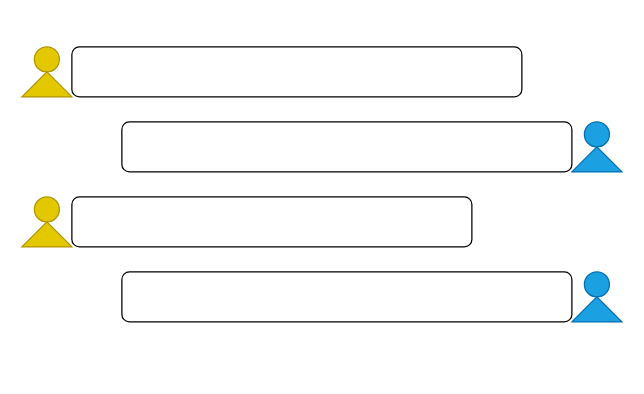
Above: dstexample.drawio in fpcsong/diagram (draw.io), before the change. Source tidied: cells renumbered, new cells numbered last; positions are measured from the earlier drawing's top-left corner, leaving out a move shared by most shapes. Both pictures are drawn from the tidied source at 125%, with x=0, y=0 at pixel (21, 46).
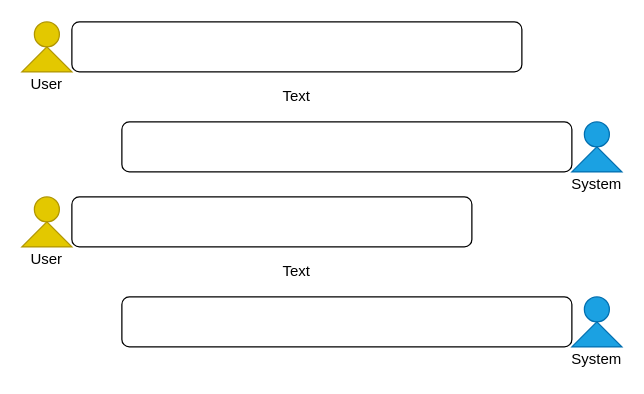
After the change.

The edit, as a diff of the source:
```diff
@@
 <mxGraphModel>
   <root>
     <mxCell id="0" />
     <mxCell id="1" parent="0" />
     <mxCell id="2" style="rounded=1;whiteSpace=wrap;html=1;" parent="1" vertex="1">
-      <mxGeometry x="40" width="360" height="40" as="geometry" />
+      <mxGeometry x="40" y="-20" width="360" height="40" as="geometry" />
     </mxCell>
     <mxCell id="3" style="rounded=1;whiteSpace=wrap;html=1;" parent="1" vertex="1">
       <mxGeometry x="80" y="60" width="360" height="40" as="geometry" />
     </mxCell>
     <mxCell id="4" style="rounded=1;whiteSpace=wrap;html=1;" parent="1" vertex="1">
       <mxGeometry x="40" y="120" width="320" height="40" as="geometry" />
     </mxCell>
     <mxCell id="5" style="rounded=1;whiteSpace=wrap;html=1;" parent="1" vertex="1">
-      <mxGeometry x="80" y="180" width="360" height="40" as="geometry" />
+      <mxGeometry x="80" y="200" width="360" height="40" as="geometry" />
     </mxCell>
     <mxCell id="6" style="ellipse;whiteSpace=wrap;html=1;fillColor=#e3c800;strokeColor=#B09500;fontColor=#ffffff;shadow=0;sketch=0;" parent="1" vertex="1">
-      <mxGeometry x="10" width="20" height="20" as="geometry" />
+      <mxGeometry x="10" y="-20" width="20" height="20" as="geometry" />
     </mxCell>
     <mxCell id="7" style="shape=trapezoid;perimeter=trapezoidPerimeter;whiteSpace=wrap;html=1;fixedSize=1;fillColor=#e3c800;strokeColor=#B09500;fontColor=#ffffff;shadow=0;sketch=0;" parent="1" vertex="1">
-      <mxGeometry y="20" width="40" height="20" as="geometry" />
+      <mxGeometry width="40" height="20" as="geometry" />
     </mxCell>
     <mxCell id="8" style="ellipse;whiteSpace=wrap;html=1;fillColor=#e3c800;strokeColor=#B09500;fontColor=#ffffff;shadow=0;sketch=0;" parent="1" vertex="1">
       <mxGeometry x="10" y="120" width="20" height="20" as="geometry" />
     </mxCell>
     <mxCell id="9" style="shape=trapezoid;perimeter=trapezoidPerimeter;whiteSpace=wrap;html=1;fixedSize=1;fillColor=#e3c800;strokeColor=#B09500;fontColor=#ffffff;shadow=0;sketch=0;" parent="1" vertex="1">
       <mxGeometry y="140" width="40" height="20" as="geometry" />
     </mxCell>
     <mxCell id="10" style="ellipse;whiteSpace=wrap;html=1;fillColor=#1ba1e2;strokeColor=#006EAF;fontColor=#ffffff;" parent="1" vertex="1">
       <mxGeometry x="450" y="60" width="20" height="20" as="geometry" />
     </mxCell>
     <mxCell id="11" style="shape=trapezoid;perimeter=trapezoidPerimeter;whiteSpace=wrap;html=1;fixedSize=1;fillColor=#1ba1e2;strokeColor=#006EAF;fontColor=#ffffff;" parent="1" vertex="1">
       <mxGeometry x="440" y="80" width="40" height="20" as="geometry" />
     </mxCell>
     <mxCell id="12" style="ellipse;whiteSpace=wrap;html=1;fillColor=#1ba1e2;strokeColor=#006EAF;fontColor=#ffffff;" parent="1" vertex="1">
-      <mxGeometry x="450" y="180" width="20" height="20" as="geometry" />
+      <mxGeometry x="450" y="200" width="20" height="20" as="geometry" />
     </mxCell>
     <mxCell id="13" style="shape=trapezoid;perimeter=trapezoidPerimeter;whiteSpace=wrap;html=1;fixedSize=1;fillColor=#1ba1e2;strokeColor=#006EAF;fontColor=#ffffff;" parent="1" vertex="1">
-      <mxGeometry x="440" y="200" width="40" height="20" as="geometry" />
+      <mxGeometry x="440" y="220" width="40" height="20" as="geometry" />
     </mxCell>
+    <mxCell id="14" value="Text" style="text;html=1;strokeColor=none;fillColor=none;align=center;verticalAlign=middle;whiteSpace=wrap;rounded=0;shadow=0;sketch=0;" parent="1" vertex="1">
+      <mxGeometry x="40" y="30" width="360" height="20" as="geometry" />
+    </mxCell>
+    <mxCell id="15" value="Text" style="text;html=1;strokeColor=none;fillColor=none;align=center;verticalAlign=middle;whiteSpace=wrap;rounded=0;shadow=0;sketch=0;" parent="1" vertex="1">
+      <mxGeometry x="40" y="170" width="360" height="20" as="geometry" />
+    </mxCell>
+    <mxCell id="16" value="User" style="text;html=1;strokeColor=none;fillColor=none;align=center;verticalAlign=middle;whiteSpace=wrap;rounded=0;shadow=0;sketch=0;" parent="1" vertex="1">
+      <mxGeometry y="20" width="40" height="20" as="geometry" />
+    </mxCell>
+    <mxCell id="17" value="User" style="text;html=1;strokeColor=none;fillColor=none;align=center;verticalAlign=middle;whiteSpace=wrap;rounded=0;shadow=0;sketch=0;" parent="1" vertex="1">
+      <mxGeometry y="160" width="40" height="20" as="geometry" />
+    </mxCell>
+    <mxCell id="18" value="System" style="text;html=1;strokeColor=none;fillColor=none;align=center;verticalAlign=middle;whiteSpace=wrap;rounded=0;shadow=0;sketch=0;" parent="1" vertex="1">
+      <mxGeometry x="440" y="100" width="40" height="20" as="geometry" />
+    </mxCell>
+    <mxCell id="19" value="System" style="text;html=1;strokeColor=none;fillColor=none;align=center;verticalAlign=middle;whiteSpace=wrap;rounded=0;shadow=0;sketch=0;" parent="1" vertex="1">
+      <mxGeometry x="440" y="240" width="40" height="20" as="geometry" />
+    </mxCell>
   </root>
 </mxGraphModel>
```
